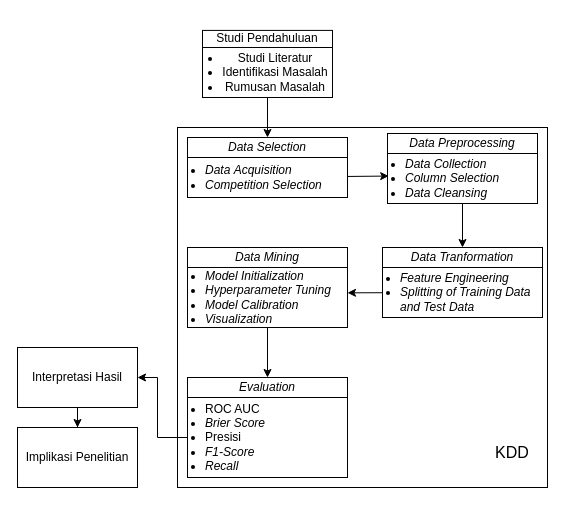
Above: diagrams/Tahapan Penelitian.drawio in fadhilra101/skripsi (draw.io), before the change. Source tidied: cells renumbered, new cells numbered last; positions are measured from the earlier drawing's top-left corner, leaving out a move shared by most shapes. Both pictures are drawn from the tidied source at 100%, with x=0, y=0 at pixel (17, 17).
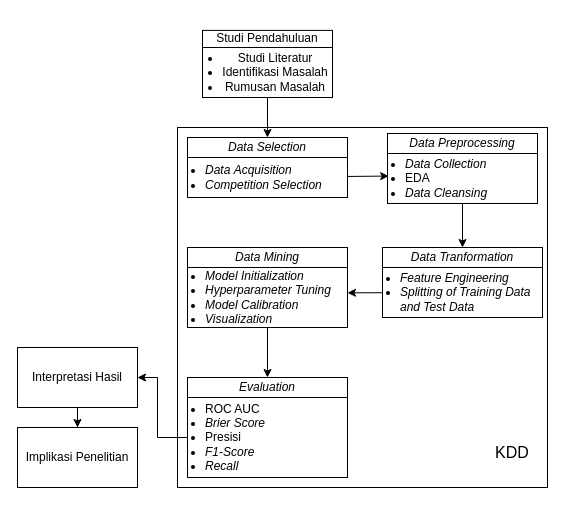
The same page after the edit.

Unchanged cells that the change refers to:
```xml
<mxCell id="18" style="group;align=left;" parent="1" vertex="1">
  <mxGeometry x="370" y="116" width="150" height="70" as="geometry" />
</mxCell>
```

Change to the diagram source:
```diff
@@
-    <mxCell id="20" value="&lt;ul style=&quot;padding-left: 16px;&quot;&gt;&lt;li&gt;&lt;i&gt;Data Collection&lt;/i&gt;&lt;/li&gt;&lt;li&gt;&lt;i&gt;Column Selection&lt;/i&gt;&lt;/li&gt;&lt;li&gt;&lt;i&gt;Data&amp;nbsp;Cleansing&lt;/i&gt;&lt;/li&gt;&lt;/ul&gt;" style="rounded=0;fillColor=none;align=left;verticalAlign=middle;html=1;labelPosition=center;verticalLabelPosition=middle;" parent="18" vertex="1">
+    <mxCell id="20" value="&lt;ul style=&quot;padding-left: 16px;&quot;&gt;&lt;li&gt;&lt;i&gt;Data Collection&lt;/i&gt;&lt;/li&gt;&lt;li&gt;EDA&lt;/li&gt;&lt;li&gt;&lt;i&gt;Data&amp;nbsp;Cleansing&lt;/i&gt;&lt;/li&gt;&lt;/ul&gt;" style="rounded=0;fillColor=none;align=left;verticalAlign=middle;html=1;labelPosition=center;verticalLabelPosition=middle;" parent="18" vertex="1">
       <mxGeometry y="20" width="150" height="50" as="geometry" />
     </mxCell>
```
